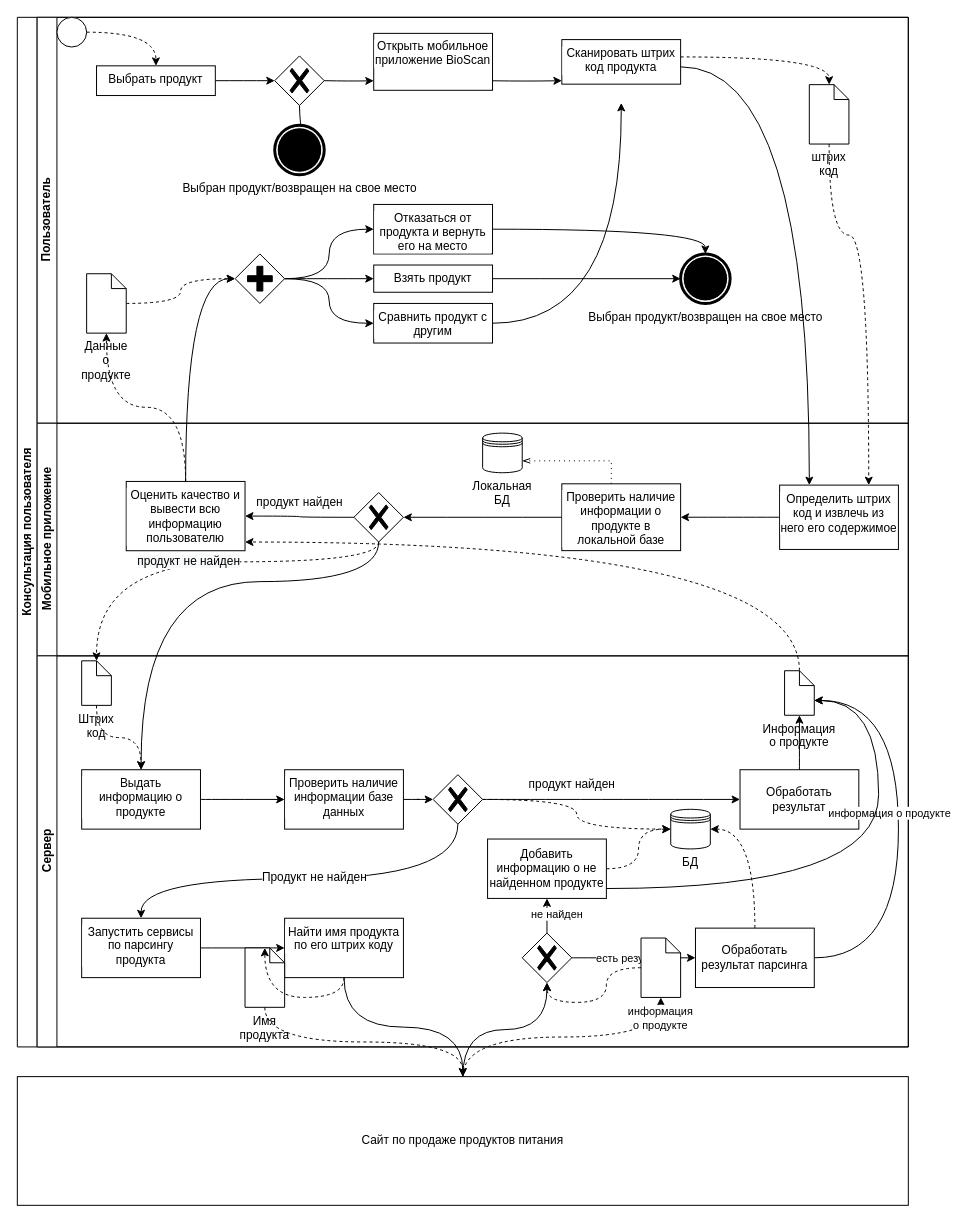
Above: page "Пользователь" (3 of 4) of 4_course/МиСПИС/BPMN.drawio in tedmon1998/ISiT (draw.io), before the change. Source tidied: cells renumbered, new cells numbered last; positions are measured from the earlier drawing's top-left corner, leaving out a move shared by most shapes. Both pictures are drawn from the tidied source at 99%, with x=0, y=0 at pixel (17, 17).
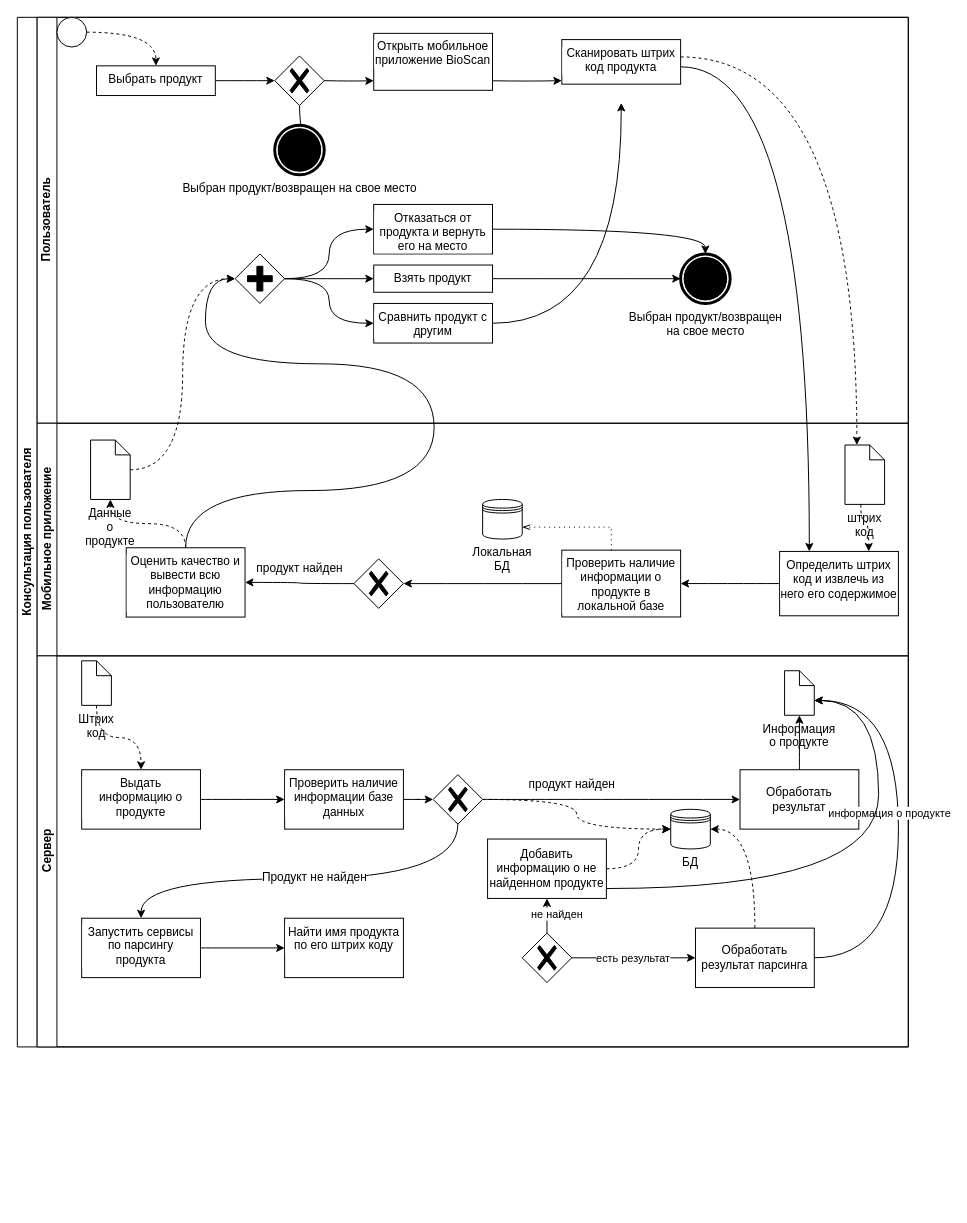
The same page after the edit.

Unchanged cells that the change refers to:
```xml
<mxCell id="2" value="Консультация пользователя" style="swimlane;html=1;horizontal=0;startSize=20;whiteSpace=wrap;" parent="1" vertex="1">
  <mxGeometry width="900" height="1040" as="geometry" />
</mxCell>
<mxCell id="3" value="Пользователь" style="swimlane;html=1;startSize=20;horizontal=0;" parent="2" vertex="1">
  <mxGeometry x="20" width="880" height="410" as="geometry" />
</mxCell>
<mxCell id="12" value="Сканировать штрих код продукта" style="whiteSpace=wrap;html=1;verticalAlign=top;labelBackgroundColor=#ffffff;" parent="3" vertex="1">
  <mxGeometry x="530" y="22.5" width="120" height="45" as="geometry" />
</mxCell>
<mxCell id="17" style="points=[[0.25,0.25,0],[0.5,0,0],[0.75,0.25,0],[1,0.5,0],[0.75,0.75,0],[0.5,1,0],[0.25,0.75,0],[0,0.5,0]];shape=mxgraph.bpmn.gateway2;html=1;verticalLabelPosition=bottom;labelBackgroundColor=#ffffff;verticalAlign=top;align=center;perimeter=rhombusPerimeter;outlineConnect=0;outline=none;symbol=none;gwType=parallel;" parent="3" vertex="1">
  <mxGeometry x="200" y="239" width="50" height="50" as="geometry" />
</mxCell>
<mxCell id="30" value="Мобильное приложение" style="swimlane;html=1;startSize=20;horizontal=0;" parent="2" vertex="1">
  <mxGeometry x="20" y="410" width="880" height="235" as="geometry" />
</mxCell>
<mxCell id="45" value="Выдать информацию о продукте" style="whiteSpace=wrap;html=1;verticalAlign=top;labelBackgroundColor=#ffffff;" parent="43" vertex="1">
  <mxGeometry x="45" y="115" width="120" height="60" as="geometry" />
</mxCell>
<mxCell id="56" value="Информация о продукте" style="shape=mxgraph.bpmn.data;labelPosition=center;verticalLabelPosition=bottom;align=center;verticalAlign=top;whiteSpace=wrap;size=15;html=1;" parent="43" vertex="1">
  <mxGeometry x="755" y="15" width="30" height="45" as="geometry" />
</mxCell>
<mxCell id="60" value="Найти имя продукта по его штрих коду" style="whiteSpace=wrap;html=1;verticalAlign=top;labelBackgroundColor=#ffffff;" parent="43" vertex="1">
  <mxGeometry x="250" y="265" width="120" height="60" as="geometry" />
</mxCell>
<mxCell id="67" style="points=[[0.25,0.25,0],[0.5,0,0],[0.75,0.25,0],[1,0.5,0],[0.75,0.75,0],[0.5,1,0],[0.25,0.75,0],[0,0.5,0]];shape=mxgraph.bpmn.gateway2;html=1;verticalLabelPosition=bottom;labelBackgroundColor=#ffffff;verticalAlign=top;align=center;perimeter=rhombusPerimeter;outlineConnect=0;outline=none;symbol=none;gwType=exclusive;" parent="43" vertex="1">
  <mxGeometry x="490" y="280" width="50" height="50" as="geometry" />
</mxCell>
<mxCell id="73" value="Штрих код" style="shape=mxgraph.bpmn.data;labelPosition=center;verticalLabelPosition=bottom;align=center;verticalAlign=top;whiteSpace=wrap;size=15;html=1;" parent="43" vertex="1">
  <mxGeometry x="45" y="5" width="30" height="45" as="geometry" />
</mxCell>
```

Diff of the diagram source:
```diff
@@
-    <mxCell id="11" style="edgeStyle=orthogonalEdgeStyle;curved=1;rounded=0;jettySize=auto;html=1;dashed=1;" parent="3" edge="1" source="12" target="25">
-      <mxGeometry relative="1" as="geometry">
-        <Array as="points">
-          <mxPoint x="800" y="40" />
-        </Array>
-      </mxGeometry>
-    </mxCell>
@@
-    <mxCell id="24" value="Выбран продукт/возвращен на свое место" style="points=[[0.145,0.145,0],[0.5,0,0],[0.855,0.145,0],[1,0.5,0],[0.855,0.855,0],[0.5,1,0],[0.145,0.855,0],[0,0.5,0]];shape=mxgraph.bpmn.event;html=1;verticalLabelPosition=bottom;labelBackgroundColor=#ffffff;verticalAlign=top;align=center;perimeter=ellipsePerimeter;outlineConnect=0;outline=end;symbol=terminate;" parent="3" vertex="1">
+    <mxCell id="24" value="Выбран продукт/возвращен &lt;br&gt;на свое место" style="points=[[0.145,0.145,0],[0.5,0,0],[0.855,0.145,0],[1,0.5,0],[0.855,0.855,0],[0.5,1,0],[0.145,0.855,0],[0,0.5,0]];shape=mxgraph.bpmn.event;html=1;verticalLabelPosition=bottom;labelBackgroundColor=#ffffff;verticalAlign=top;align=center;perimeter=ellipsePerimeter;outlineConnect=0;outline=end;symbol=terminate;" parent="3" vertex="1">
       <mxGeometry x="650" y="239" width="50" height="50" as="geometry" />
     </mxCell>
-    <mxCell id="25" value="штрих код&lt;br&gt;" style="shape=mxgraph.bpmn.data;labelPosition=center;verticalLabelPosition=bottom;align=center;verticalAlign=top;whiteSpace=wrap;size=15;html=1;" parent="3" vertex="1">
-      <mxGeometry x="780" y="68" width="40" height="60" as="geometry" />
-    </mxCell>
-    <mxCell id="26" style="edgeStyle=orthogonalEdgeStyle;curved=1;rounded=0;jettySize=auto;html=1;entryX=0;entryY=0.5;entryDx=0;entryDy=0;entryPerimeter=0;dashed=1;" parent="3" edge="1" source="27" target="17">
-      <mxGeometry relative="1" as="geometry" />
-    </mxCell>
-    <mxCell id="27" value="Данные о продукте" style="shape=mxgraph.bpmn.data;labelPosition=center;verticalLabelPosition=bottom;align=center;verticalAlign=top;whiteSpace=wrap;size=15;html=1;" parent="3" vertex="1">
-      <mxGeometry x="50" y="259" width="40" height="60" as="geometry" />
-    </mxCell>
@@
     <mxCell id="32" value="Определить штрих код и извлечь из него его содержимое" style="whiteSpace=wrap;html=1;verticalAlign=top;labelBackgroundColor=#ffffff;" parent="30" vertex="1">
-      <mxGeometry x="750" y="62.5" width="120" height="65" as="geometry" />
+      <mxGeometry x="750" y="129.5" width="120" height="65" as="geometry" />
     </mxCell>
@@
     <mxCell id="34" value="Проверить наличие информации о продукте в локальной базе" style="whiteSpace=wrap;html=1;verticalAlign=top;labelBackgroundColor=#ffffff;" parent="30" vertex="1">
-      <mxGeometry x="530" y="61.2" width="120" height="67.5" as="geometry" />
+      <mxGeometry x="530" y="128.2" width="120" height="67.5" as="geometry" />
     </mxCell>
     <mxCell id="35" value="Локальная БД" style="shape=datastore;whiteSpace=wrap;html=1;labelPosition=center;verticalLabelPosition=bottom;align=center;verticalAlign=top;" parent="30" vertex="1">
-      <mxGeometry x="450" y="10" width="40" height="40" as="geometry" />
+      <mxGeometry x="450" y="77" width="40" height="40" as="geometry" />
     </mxCell>
@@
     <mxCell id="37" style="points=[[0.25,0.25,0],[0.5,0,0],[0.75,0.25,0],[1,0.5,0],[0.75,0.75,0],[0.5,1,0],[0.25,0.75,0],[0,0.5,0]];shape=mxgraph.bpmn.gateway2;html=1;verticalLabelPosition=bottom;labelBackgroundColor=#ffffff;verticalAlign=top;align=center;perimeter=rhombusPerimeter;outlineConnect=0;outline=none;symbol=none;gwType=exclusive;" parent="30" vertex="1">
-      <mxGeometry x="320" y="70" width="50" height="50" as="geometry" />
+      <mxGeometry x="320" y="137" width="50" height="50" as="geometry" />
     </mxCell>
     <mxCell id="38" value="Оценить качество и вывести всю информацию пользователю" style="whiteSpace=wrap;html=1;verticalAlign=top;labelBackgroundColor=#ffffff;" parent="30" vertex="1">
-      <mxGeometry x="90" y="58.8" width="120" height="70" as="geometry" />
+      <mxGeometry x="90" y="125.8" width="120" height="70" as="geometry" />
     </mxCell>
     <mxCell id="39" value="продукт найден" style="text;html=1;align=center;verticalAlign=middle;strokeColor=none;fillColor=none;" parent="30" vertex="1">
-      <mxGeometry x="210" y="65" width="110" height="30" as="geometry" />
+      <mxGeometry x="210" y="132" width="110" height="30" as="geometry" />
     </mxCell>
     <mxCell id="40" style="edgeStyle=elbowEdgeStyle;fontSize=12;html=1;endFill=0;startFill=0;endSize=6;startSize=6;dashed=1;dashPattern=1 4;endArrow=openThin;startArrow=none;rounded=0;entryX=1;entryY=0.7;entryDx=0;entryDy=0;" parent="30" edge="1" source="34" target="35">
       <mxGeometry relative="1" as="geometry">
         <Array as="points">
-          <mxPoint x="580" y="60" />
+          <mxPoint x="580" y="127" />
         </Array>
       </mxGeometry>
     </mxCell>
+    <mxCell id="25" value="штрих код&lt;br&gt;" style="shape=mxgraph.bpmn.data;labelPosition=center;verticalLabelPosition=bottom;align=center;verticalAlign=top;whiteSpace=wrap;size=15;html=1;" parent="30" vertex="1">
+      <mxGeometry x="816" y="22" width="40" height="60" as="geometry" />
+    </mxCell>
+    <mxCell id="75" style="edgeStyle=orthogonalEdgeStyle;curved=1;rounded=0;jettySize=auto;html=1;endArrow=classic;endFill=1;dashed=1;" parent="30" edge="1" source="25" target="32">
+      <mxGeometry relative="1" as="geometry">
+        <Array as="points">
+          <mxPoint x="832" y="99" />
+          <mxPoint x="840" y="99" />
+        </Array>
+      </mxGeometry>
+    </mxCell>
+    <mxCell id="27" value="Данные о продукте" style="shape=mxgraph.bpmn.data;labelPosition=center;verticalLabelPosition=bottom;align=center;verticalAlign=top;whiteSpace=wrap;size=15;html=1;" parent="30" vertex="1">
+      <mxGeometry x="54" y="17" width="40" height="60" as="geometry" />
+    </mxCell>
+    <mxCell id="80" style="edgeStyle=orthogonalEdgeStyle;curved=1;rounded=0;jettySize=auto;html=1;dashed=1;" parent="30" edge="1" source="38" target="27">
+      <mxGeometry relative="1" as="geometry" />
+    </mxCell>
     <mxCell id="41" style="edgeStyle=orthogonalEdgeStyle;curved=1;rounded=0;jettySize=auto;html=1;endArrow=classic;endFill=1;entryX=0;entryY=0.5;entryDx=0;entryDy=0;entryPerimeter=0;" parent="2" edge="1" source="38" target="17">
-      <mxGeometry relative="1" as="geometry" />
+      <mxGeometry relative="1" as="geometry">
+        <Array as="points">
+          <mxPoint x="421" y="478" />
+          <mxPoint x="421" y="350" />
+          <mxPoint x="190" y="350" />
+          <mxPoint x="190" y="264" />
+        </Array>
+      </mxGeometry>
     </mxCell>
-    <mxCell id="42" style="edgeStyle=orthogonalEdgeStyle;curved=1;rounded=0;jettySize=auto;html=1;endArrow=classic;endFill=1;dashed=1;" parent="2" edge="1" source="56" target="38">
-      <mxGeometry relative="1" as="geometry">
-        <Array as="points">
-          <mxPoint x="790" y="530" />
-        </Array>
-      </mxGeometry>
-    </mxCell>
@@
-    <mxCell id="75" style="edgeStyle=orthogonalEdgeStyle;curved=1;rounded=0;jettySize=auto;html=1;endArrow=classic;endFill=1;dashed=1;" parent="2" edge="1" source="25" target="32">
-      <mxGeometry relative="1" as="geometry">
-        <Array as="points">
-          <mxPoint x="820" y="220" />
-          <mxPoint x="860" y="220" />
-        </Array>
-      </mxGeometry>
-    </mxCell>
@@
-    <mxCell id="77" style="edgeStyle=orthogonalEdgeStyle;curved=1;rounded=0;jettySize=auto;html=1;entryX=0.5;entryY=0;entryDx=0;entryDy=0;" parent="2" edge="1" source="37" target="45">
-      <mxGeometry relative="1" as="geometry">
-        <Array as="points">
-          <mxPoint x="365" y="570" />
-          <mxPoint x="125" y="570" />
-        </Array>
-      </mxGeometry>
-    </mxCell>
-    <mxCell id="78" style="edgeStyle=orthogonalEdgeStyle;curved=1;rounded=0;jettySize=auto;html=1;entryX=0;entryY=0;entryDx=15;entryDy=0;entryPerimeter=0;endArrow=classic;endFill=1;exitX=0.5;exitY=1;exitDx=0;exitDy=0;exitPerimeter=0;dashed=1;" parent="2" edge="1" source="37" target="73">
-      <mxGeometry relative="1" as="geometry">
-        <Array as="points">
-          <mxPoint x="365" y="550" />
-          <mxPoint x="80" y="550" />
-        </Array>
-      </mxGeometry>
-    </mxCell>
-    <mxCell id="79" value="&lt;span style=&quot;font-size: 12px; background-color: rgb(248, 249, 250);&quot;&gt;продукт не найден&lt;/span&gt;" style="edgeLabel;html=1;align=center;verticalAlign=middle;" parent="78" vertex="1">
-      <mxGeometry x="0.05" y="-1" relative="1" as="geometry" />
-    </mxCell>
-    <mxCell id="80" style="edgeStyle=orthogonalEdgeStyle;curved=1;rounded=0;jettySize=auto;html=1;dashed=1;" parent="2" edge="1" source="38" target="27">
-      <mxGeometry relative="1" as="geometry" />
-    </mxCell>
-    <mxCell id="81" style="edgeStyle=orthogonalEdgeStyle;curved=1;rounded=0;jettySize=auto;html=1;entryX=0.5;entryY=1;entryDx=0;entryDy=0;entryPerimeter=0;dashed=1;" parent="1" edge="1" source="83" target="89">
-      <mxGeometry relative="1" as="geometry" />
-    </mxCell>
-    <mxCell id="82" style="edgeStyle=orthogonalEdgeStyle;curved=1;rounded=0;jettySize=auto;html=1;entryX=0.5;entryY=1;entryDx=0;entryDy=0;entryPerimeter=0;" parent="1" edge="1" source="83" target="67">
-      <mxGeometry relative="1" as="geometry" />
-    </mxCell>
-    <mxCell id="83" value="Сайт по продаже продуктов питания" style="whiteSpace=wrap;html=1;" parent="1" vertex="1">
-      <mxGeometry y="1070" width="900" height="130" as="geometry" />
-    </mxCell>
-    <mxCell id="84" style="edgeStyle=orthogonalEdgeStyle;curved=1;rounded=0;jettySize=auto;html=1;entryX=0.5;entryY=0;entryDx=0;entryDy=0;endArrow=classic;endFill=1;dashed=1;" parent="1" edge="1" source="86" target="83">
-      <mxGeometry relative="1" as="geometry" />
-    </mxCell>
-    <mxCell id="85" style="edgeStyle=orthogonalEdgeStyle;curved=1;rounded=0;jettySize=auto;html=1;entryX=0.5;entryY=0;entryDx=0;entryDy=0;endArrow=classic;endFill=1;" parent="1" edge="1" source="60" target="83">
-      <mxGeometry relative="1" as="geometry" />
-    </mxCell>
-    <mxCell id="86" value="Имя продукта" style="shape=mxgraph.bpmn.data;labelPosition=center;verticalLabelPosition=bottom;align=center;verticalAlign=top;whiteSpace=wrap;size=15;html=1;" parent="1" vertex="1">
-      <mxGeometry x="230" y="940" width="40" height="60" as="geometry" />
-    </mxCell>
-    <mxCell id="87" style="edgeStyle=orthogonalEdgeStyle;curved=1;rounded=0;jettySize=auto;html=1;entryX=0.5;entryY=0;entryDx=0;entryDy=0;entryPerimeter=0;dashed=1;" parent="1" edge="1" source="60" target="86">
-      <mxGeometry relative="1" as="geometry" />
-    </mxCell>
-    <mxCell id="88" style="edgeStyle=orthogonalEdgeStyle;curved=1;rounded=0;jettySize=auto;html=1;entryX=0.5;entryY=1;entryDx=0;entryDy=0;entryPerimeter=0;dashed=1;" parent="1" edge="1" source="89" target="67">
-      <mxGeometry relative="1" as="geometry" />
-    </mxCell>
-    <mxCell id="89" value="&lt;span style=&quot;font-size: 11px; background-color: rgb(255, 255, 255);&quot;&gt;информация о продукте&lt;/span&gt;" style="shape=mxgraph.bpmn.data;labelPosition=center;verticalLabelPosition=bottom;align=center;verticalAlign=top;whiteSpace=wrap;size=15;html=1;" parent="1" vertex="1">
-      <mxGeometry x="630" y="930" width="40" height="60" as="geometry" />
-    </mxCell>
+    <mxCell id="11" style="edgeStyle=orthogonalEdgeStyle;curved=1;rounded=0;jettySize=auto;html=1;dashed=1;" parent="2" edge="1" source="12" target="25">
+      <mxGeometry relative="1" as="geometry">
+        <Array as="points">
+          <mxPoint x="848" y="40" />
+        </Array>
+      </mxGeometry>
+    </mxCell>
+    <mxCell id="26" style="edgeStyle=orthogonalEdgeStyle;curved=1;rounded=0;jettySize=auto;html=1;entryX=0;entryY=0.5;entryDx=0;entryDy=0;entryPerimeter=0;dashed=1;" parent="2" edge="1" source="27" target="17">
+      <mxGeometry relative="1" as="geometry" />
+    </mxCell>
```
